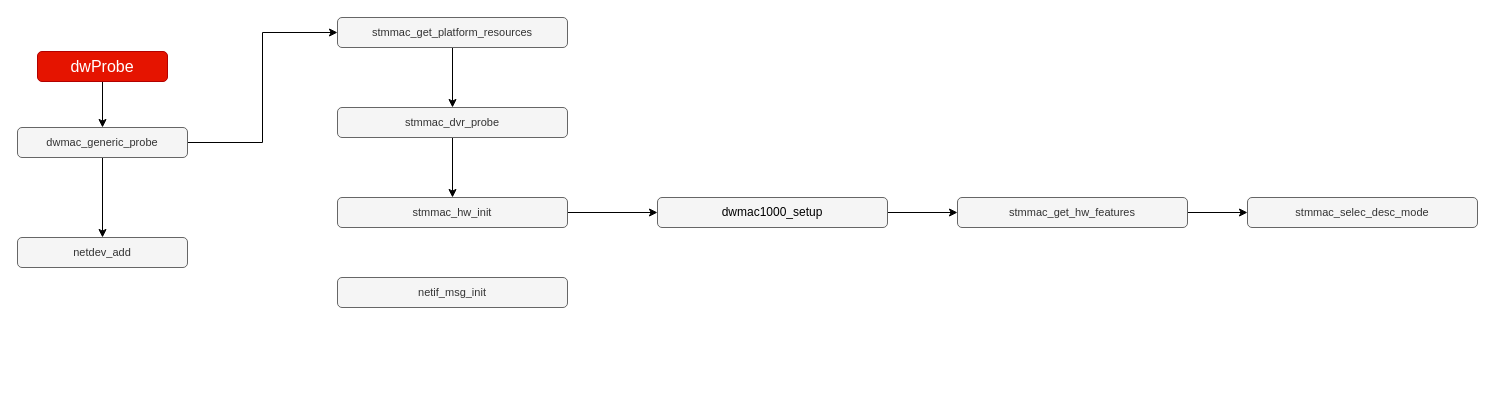
The draw.io diagram draw/dwmac.drawio in peng-fan/drawio, before the edit. Source tidied: cells renumbered, new cells numbered last; positions are measured from the earlier drawing's top-left corner, leaving out a move shared by most shapes. Both pictures are drawn from the tidied source at 100%, with x=0, y=0 at pixel (17, 17).
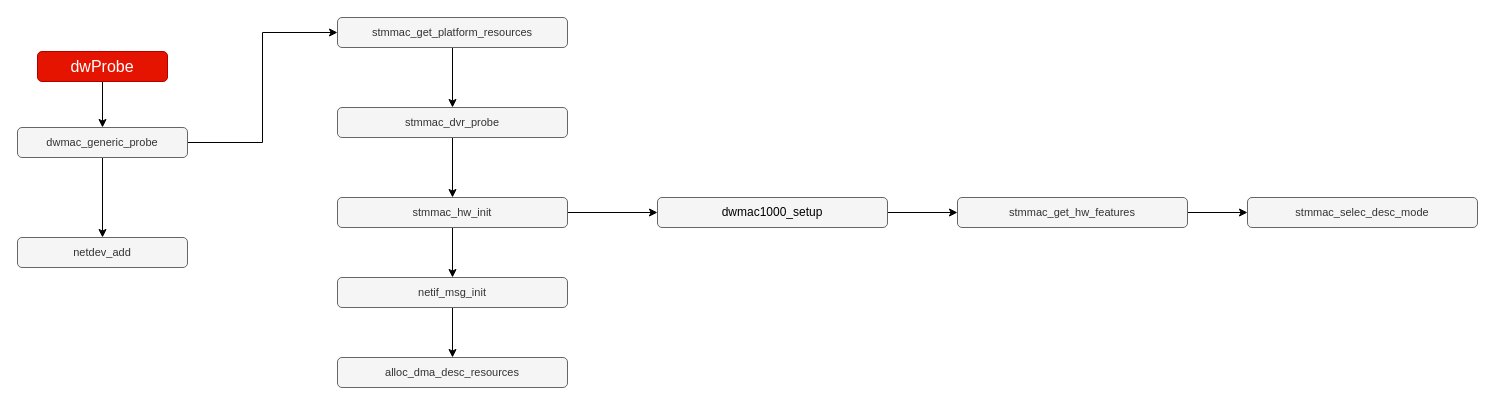
Above is the later version.

The change refers to these unchanged cells:
```xml
<mxCell id="13" value="&lt;span style=&quot;font-size: 11px&quot;&gt;stmmac_hw_init&lt;/span&gt;" style="rounded=1;whiteSpace=wrap;html=1;labelBackgroundColor=none;strokeColor=#666666;fillColor=#f5f5f5;fontSize=11;fontColor=#333333;align=center;" parent="1" vertex="1">
  <mxGeometry x="320" y="180" width="230" height="30" as="geometry" />
</mxCell>
<mxCell id="19" value="&lt;span style=&quot;font-size: 11px&quot;&gt;netif_msg_init&lt;/span&gt;" style="rounded=1;whiteSpace=wrap;html=1;labelBackgroundColor=none;strokeColor=#666666;fillColor=#f5f5f5;fontSize=11;fontColor=#333333;align=center;" parent="1" vertex="1">
  <mxGeometry x="320" y="260" width="230" height="30" as="geometry" />
</mxCell>
```

Diff of the diagram source:
```diff
@@
+    <mxCell id="20" style="edgeStyle=orthogonalEdgeStyle;rounded=0;jettySize=auto;html=1;" parent="1" edge="1" source="13" target="19">
+      <mxGeometry relative="1" as="geometry" />
+    </mxCell>
@@
+    <mxCell id="21" style="edgeStyle=orthogonalEdgeStyle;rounded=0;jettySize=auto;html=1;entryX=0.5;entryY=0;entryDx=0;entryDy=0;" parent="1" edge="1" source="19" target="22">
+      <mxGeometry relative="1" as="geometry" />
+    </mxCell>
@@
+    <mxCell id="22" value="&lt;span style=&quot;font-size: 11px&quot;&gt;alloc_dma_desc_resources&lt;/span&gt;" style="rounded=1;whiteSpace=wrap;html=1;labelBackgroundColor=none;strokeColor=#666666;fillColor=#f5f5f5;fontSize=11;fontColor=#333333;align=center;" parent="1" vertex="1">
+      <mxGeometry x="320" y="340" width="230" height="30" as="geometry" />
+    </mxCell>
```
